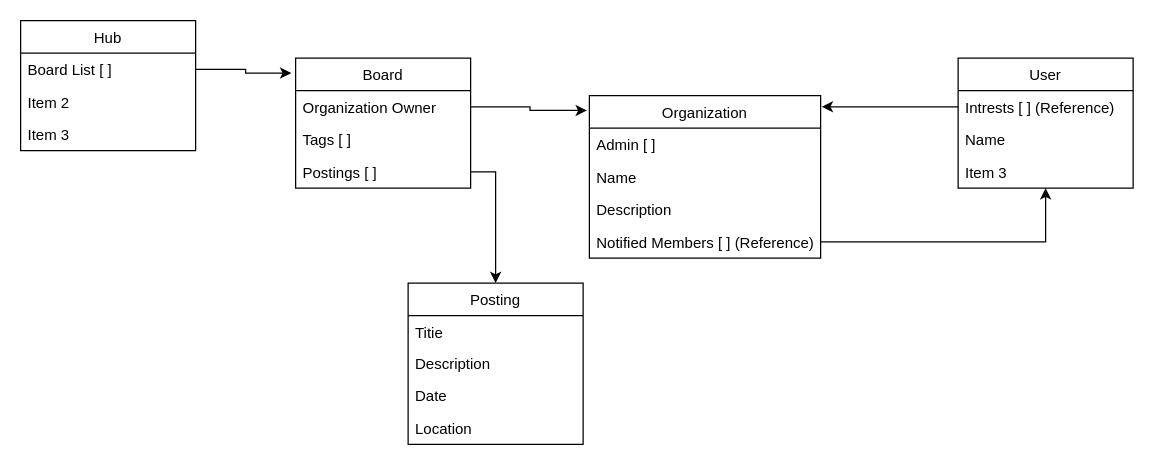
Before: ERD.drawio in TBean18/Bulletin-Buddy, a draw.io diagram. Source tidied: cells renumbered, new cells numbered last; positions are measured from the earlier drawing's top-left corner, leaving out a move shared by most shapes. Both pictures are drawn from the tidied source at 125%, with x=0, y=0 at pixel (20, 20).
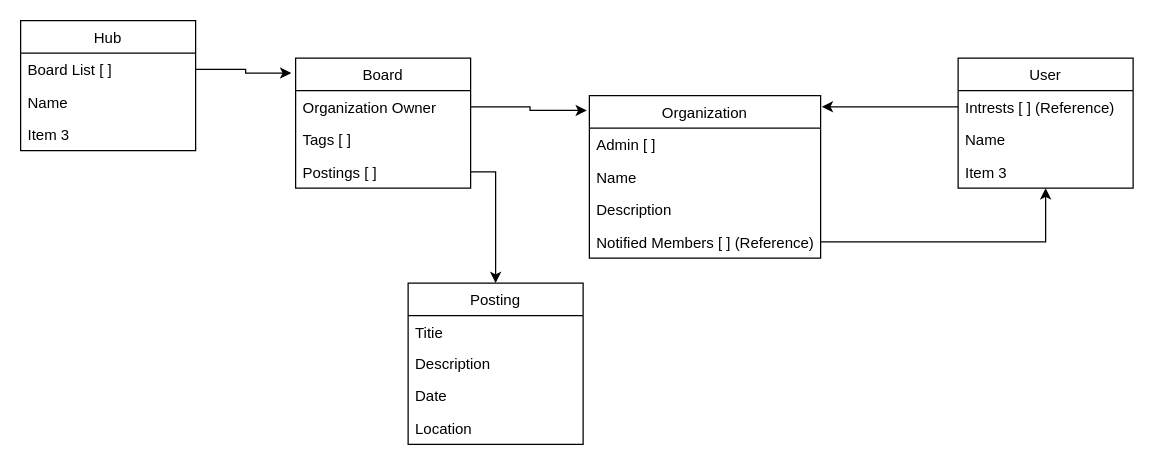
Above is the later version.

Commit message (it also covers changes not shown here):
initial schema definitions

Unchanged cells that the change refers to:
```xml
<mxCell id="2" value="Hub" style="swimlane;fontStyle=0;horizontal=1;startSize=26;" parent="1" vertex="1">
  <mxGeometry width="140" height="104" as="geometry" />
</mxCell>
```

Change to the diagram source:
```diff
@@
-    <mxCell id="4" value="Item 2" style="text;strokeColor=none;fillColor=none;align=left;verticalAlign=top;spacingLeft=4;spacingRight=4;overflow=hidden;" parent="2" vertex="1">
+    <mxCell id="4" value="Name" style="text;strokeColor=none;fillColor=none;align=left;verticalAlign=top;spacingLeft=4;spacingRight=4;overflow=hidden;" parent="2" vertex="1">
       <mxGeometry y="52" width="140" height="26" as="geometry" />
     </mxCell>
```
